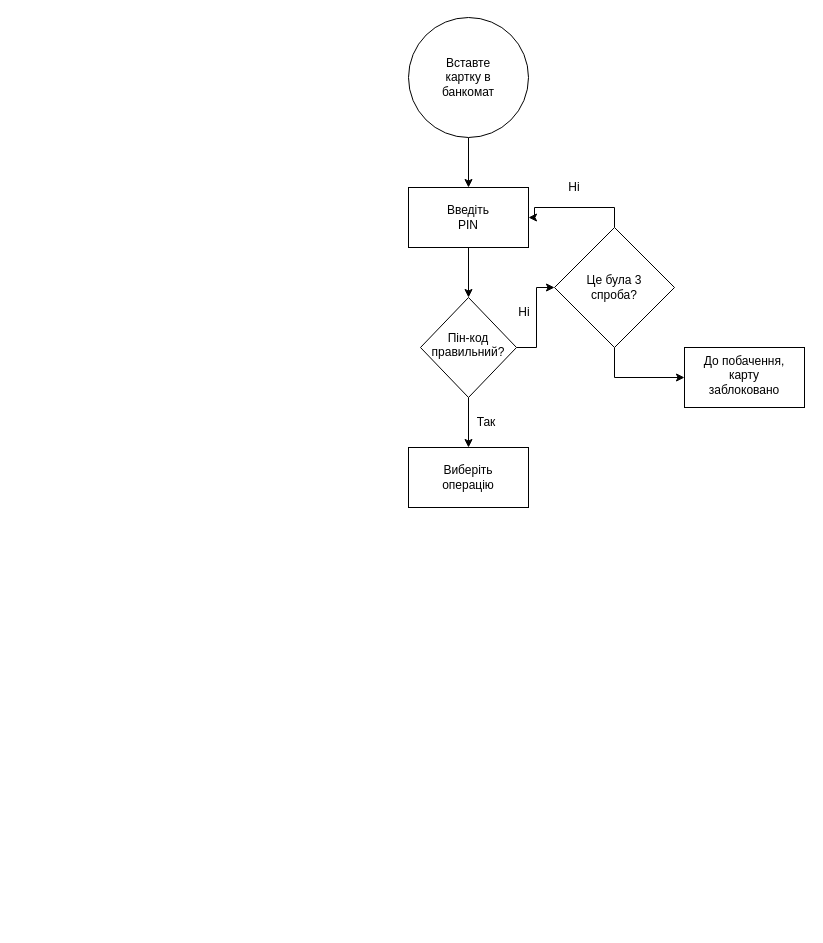
axneo27/drawio_diagrams keeps this draw.io diagram as ATMalgorithm/банкомат.drawio. Above is the earlier version. Source tidied: cells renumbered, new cells numbered last; positions are measured from the earlier drawing's top-left corner, leaving out a move shared by most shapes. Both pictures are drawn from the tidied source at 100%, with x=0, y=0 at pixel (408, 17).
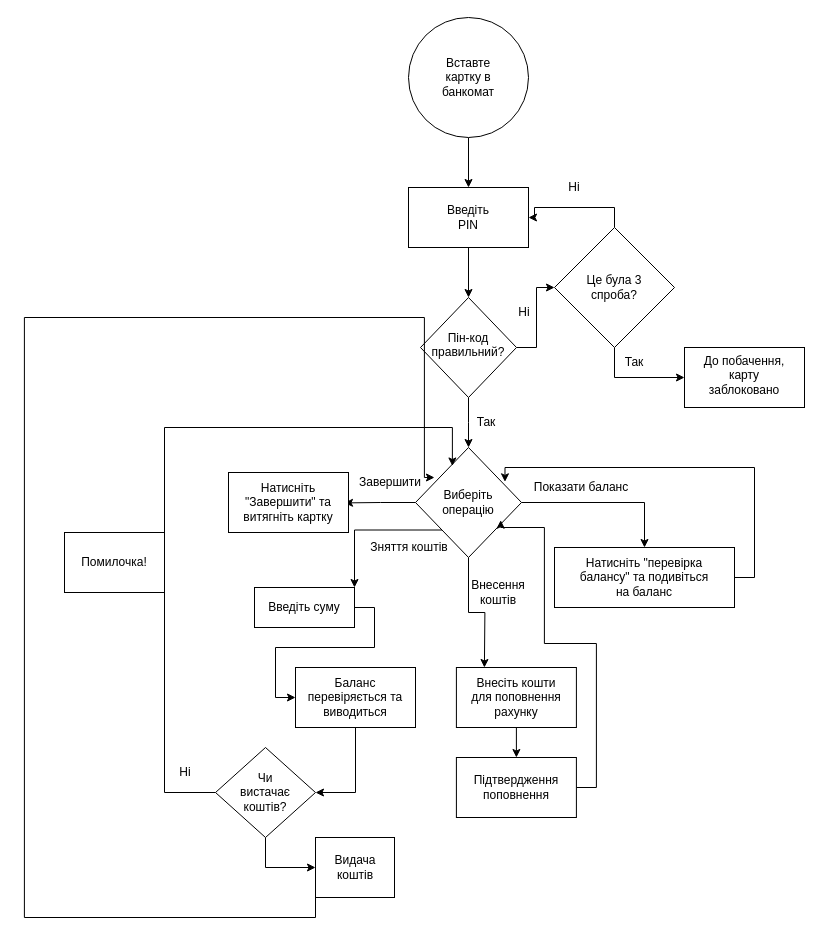
The same page after the edit.

The change refers to these unchanged cells:
```xml
<mxCell id="10" style="rhombus;whiteSpace=wrap;html=1;" parent="1" vertex="1">
  <mxGeometry x="12" y="280" width="96" height="100" as="geometry" />
</mxCell>
```

The edit, as a diff of the source:
```diff
@@
-    <mxCell id="9" style="edgeStyle=orthogonalEdgeStyle;rounded=0;jettySize=auto;html=1;exitX=0.5;exitY=1;exitDx=0;exitDy=0;entryX=0.5;entryY=0;entryDx=0;entryDy=0;" parent="1" edge="1" source="10" target="20">
-      <mxGeometry relative="1" as="geometry" />
+    <mxCell id="9" style="edgeStyle=orthogonalEdgeStyle;rounded=0;jettySize=auto;html=1;exitX=0.5;exitY=1;exitDx=0;exitDy=0;entryX=0.5;entryY=0;entryDx=0;entryDy=0;" parent="1" edge="1" source="10">
+      <mxGeometry relative="1" as="geometry">
+        <mxPoint x="60" y="430" as="targetPoint" />
+      </mxGeometry>
     </mxCell>
@@
-    <mxCell id="20" style="rounded=0;whiteSpace=wrap;html=1;" parent="1" vertex="1">
-      <mxGeometry y="430" width="120" height="60" as="geometry" />
-    </mxCell>
+    <mxCell id="22" value="Так" style="text;html=1;align=center;verticalAlign=middle;whiteSpace=wrap;rounded=0;" parent="1" vertex="1">
+      <mxGeometry x="48" y="390" width="60" height="30" as="geometry" />
+    </mxCell>
+    <mxCell id="23" style="edgeStyle=orthogonalEdgeStyle;rounded=0;jettySize=auto;html=1;exitX=0;exitY=0.5;exitDx=0;exitDy=0;" parent="1" edge="1" source="27">
+      <mxGeometry relative="1" as="geometry">
+        <mxPoint x="-64" y="485.4" as="targetPoint" />
+      </mxGeometry>
+    </mxCell>
+    <mxCell id="24" style="edgeStyle=orthogonalEdgeStyle;rounded=0;jettySize=auto;html=1;exitX=0;exitY=1;exitDx=0;exitDy=0;entryX=1;entryY=0;entryDx=0;entryDy=0;" parent="1" edge="1" source="27" target="33">
+      <mxGeometry relative="1" as="geometry" />
+    </mxCell>
+    <mxCell id="25" style="edgeStyle=orthogonalEdgeStyle;rounded=0;jettySize=auto;html=1;exitX=1;exitY=0.5;exitDx=0;exitDy=0;entryX=0.5;entryY=0;entryDx=0;entryDy=0;" parent="1" edge="1" source="27" target="36">
+      <mxGeometry relative="1" as="geometry" />
+    </mxCell>
+    <mxCell id="26" style="edgeStyle=orthogonalEdgeStyle;rounded=0;jettySize=auto;html=1;exitX=0.5;exitY=1;exitDx=0;exitDy=0;" parent="1" edge="1" source="27">
+      <mxGeometry relative="1" as="geometry">
+        <mxPoint x="75.9" y="650" as="targetPoint" />
+      </mxGeometry>
+    </mxCell>
+    <mxCell id="27" style="rhombus;whiteSpace=wrap;html=1;" parent="1" vertex="1">
+      <mxGeometry x="7" y="430" width="106" height="110" as="geometry" />
+    </mxCell>
     <mxCell id="21" value="Виберіть операцію" style="text;html=1;align=center;verticalAlign=middle;whiteSpace=wrap;rounded=0;" parent="1" vertex="1">
-      <mxGeometry x="30" y="445" width="60" height="30" as="geometry" />
+      <mxGeometry x="30" y="470" width="60" height="30" as="geometry" />
     </mxCell>
-    <mxCell id="22" value="Так" style="text;html=1;align=center;verticalAlign=middle;whiteSpace=wrap;rounded=0;" parent="1" vertex="1">
-      <mxGeometry x="48" y="390" width="60" height="30" as="geometry" />
-    </mxCell>
+    <mxCell id="28" value="Завершити" style="text;html=1;align=center;verticalAlign=middle;whiteSpace=wrap;rounded=0;" parent="1" vertex="1">
+      <mxGeometry x="-48" y="450" width="60" height="30" as="geometry" />
+    </mxCell>
+    <mxCell id="29" style="rounded=0;whiteSpace=wrap;html=1;" parent="1" vertex="1">
+      <mxGeometry x="-180" y="455" width="120" height="60" as="geometry" />
+    </mxCell>
+    <mxCell id="30" value="Натисніть &quot;Завершити&quot; та витягніть картку" style="text;html=1;align=center;verticalAlign=middle;whiteSpace=wrap;rounded=0;" parent="1" vertex="1">
+      <mxGeometry x="-173" y="470" width="106" height="30" as="geometry" />
+    </mxCell>
+    <mxCell id="31" value="Так" style="text;html=1;align=center;verticalAlign=middle;whiteSpace=wrap;rounded=0;" parent="1" vertex="1">
+      <mxGeometry x="196" y="330" width="60" height="30" as="geometry" />
+    </mxCell>
+    <mxCell id="32" style="edgeStyle=orthogonalEdgeStyle;rounded=0;jettySize=auto;html=1;exitX=1;exitY=0.5;exitDx=0;exitDy=0;entryX=0;entryY=0.5;entryDx=0;entryDy=0;" parent="1" edge="1" source="33" target="40">
+      <mxGeometry relative="1" as="geometry" />
+    </mxCell>
+    <mxCell id="33" style="rounded=0;whiteSpace=wrap;html=1;" parent="1" vertex="1">
+      <mxGeometry x="-154" y="570" width="100" height="40" as="geometry" />
+    </mxCell>
+    <mxCell id="34" value="Зняття коштів" style="text;html=1;align=center;verticalAlign=middle;whiteSpace=wrap;rounded=0;" parent="1" vertex="1">
+      <mxGeometry x="-44" y="515" width="90" height="30" as="geometry" />
+    </mxCell>
+    <mxCell id="35" value="Введіть суму" style="text;html=1;align=center;verticalAlign=middle;whiteSpace=wrap;rounded=0;" parent="1" vertex="1">
+      <mxGeometry x="-144" y="575" width="80" height="30" as="geometry" />
+    </mxCell>
+    <mxCell id="36" style="rounded=0;whiteSpace=wrap;html=1;" parent="1" vertex="1">
+      <mxGeometry x="146" y="530" width="180" height="60" as="geometry" />
+    </mxCell>
+    <mxCell id="37" value="Натисніть &quot;перевірка балансу&quot; та подивіться на баланс" style="text;html=1;align=center;verticalAlign=middle;whiteSpace=wrap;rounded=0;" parent="1" vertex="1">
+      <mxGeometry x="166" y="545" width="140" height="30" as="geometry" />
+    </mxCell>
+    <mxCell id="38" value="Показати баланс" style="text;html=1;align=center;verticalAlign=middle;whiteSpace=wrap;rounded=0;" parent="1" vertex="1">
+      <mxGeometry x="108" y="455" width="130" height="30" as="geometry" />
+    </mxCell>
+    <mxCell id="39" style="edgeStyle=orthogonalEdgeStyle;rounded=0;jettySize=auto;html=1;exitX=0.5;exitY=1;exitDx=0;exitDy=0;entryX=1;entryY=0.5;entryDx=0;entryDy=0;" parent="1" edge="1" source="40" target="44">
+      <mxGeometry relative="1" as="geometry" />
+    </mxCell>
+    <mxCell id="40" style="rounded=0;whiteSpace=wrap;html=1;" parent="1" vertex="1">
+      <mxGeometry x="-113" y="650" width="120" height="60" as="geometry" />
+    </mxCell>
+    <mxCell id="41" value="Баланс перевіряється та виводиться" style="text;html=1;align=center;verticalAlign=middle;whiteSpace=wrap;rounded=0;" parent="1" vertex="1">
+      <mxGeometry x="-103" y="665" width="100" height="30" as="geometry" />
+    </mxCell>
+    <mxCell id="42" style="edgeStyle=orthogonalEdgeStyle;rounded=0;jettySize=auto;html=1;exitX=0;exitY=0.5;exitDx=0;exitDy=0;entryX=0.348;entryY=0.168;entryDx=0;entryDy=0;entryPerimeter=0;" parent="1" edge="1" source="44" target="27">
+      <mxGeometry relative="1" as="geometry">
+        <Array as="points">
+          <mxPoint x="-244" y="775" />
+          <mxPoint x="-244" y="410" />
+          <mxPoint x="44" y="410" />
+        </Array>
+      </mxGeometry>
+    </mxCell>
+    <mxCell id="43" style="edgeStyle=orthogonalEdgeStyle;rounded=0;jettySize=auto;html=1;exitX=0.5;exitY=1;exitDx=0;exitDy=0;entryX=0;entryY=0.5;entryDx=0;entryDy=0;" parent="1" edge="1" source="44" target="51">
+      <mxGeometry relative="1" as="geometry" />
+    </mxCell>
+    <mxCell id="44" style="rhombus;whiteSpace=wrap;html=1;" parent="1" vertex="1">
+      <mxGeometry x="-193" y="730" width="100" height="90" as="geometry" />
+    </mxCell>
+    <mxCell id="45" value="Чи вистачає коштів?" style="text;html=1;align=center;verticalAlign=middle;whiteSpace=wrap;rounded=0;" parent="1" vertex="1">
+      <mxGeometry x="-173" y="760" width="60" height="30" as="geometry" />
+    </mxCell>
+    <mxCell id="46" value="Ні" style="text;html=1;align=center;verticalAlign=middle;whiteSpace=wrap;rounded=0;" parent="1" vertex="1">
+      <mxGeometry x="-253" y="740" width="60" height="30" as="geometry" />
+    </mxCell>
+    <mxCell id="47" style="edgeStyle=orthogonalEdgeStyle;rounded=0;jettySize=auto;html=1;exitX=1;exitY=0.5;exitDx=0;exitDy=0;entryX=0.844;entryY=0.312;entryDx=0;entryDy=0;entryPerimeter=0;" parent="1" edge="1" source="36" target="27">
+      <mxGeometry relative="1" as="geometry">
+        <Array as="points">
+          <mxPoint x="346" y="560" />
+          <mxPoint x="346" y="450" />
+          <mxPoint x="96" y="450" />
+        </Array>
+      </mxGeometry>
+    </mxCell>
+    <mxCell id="48" style="rounded=0;whiteSpace=wrap;html=1;" parent="1" vertex="1">
+      <mxGeometry x="-344" y="515" width="100" height="60" as="geometry" />
+    </mxCell>
+    <mxCell id="49" value="Помилочка!" style="text;html=1;align=center;verticalAlign=middle;whiteSpace=wrap;rounded=0;" parent="1" vertex="1">
+      <mxGeometry x="-324" y="530" width="60" height="30" as="geometry" />
+    </mxCell>
+    <mxCell id="50" style="edgeStyle=orthogonalEdgeStyle;rounded=0;jettySize=auto;html=1;exitX=0;exitY=1;exitDx=0;exitDy=0;entryX=0.179;entryY=0.273;entryDx=0;entryDy=0;entryPerimeter=0;" parent="1" edge="1" source="51" target="27">
+      <mxGeometry relative="1" as="geometry">
+        <Array as="points">
+          <mxPoint x="-93.1" y="900" />
+          <mxPoint x="-384.1" y="900" />
+          <mxPoint x="-384.1" y="300" />
+          <mxPoint x="15.9" y="300" />
+          <mxPoint x="15.9" y="460" />
+        </Array>
+      </mxGeometry>
+    </mxCell>
+    <mxCell id="51" style="rounded=0;whiteSpace=wrap;html=1;" parent="1" vertex="1">
+      <mxGeometry x="-93" y="820" width="79" height="60" as="geometry" />
+    </mxCell>
+    <mxCell id="52" value="Видача коштів" style="text;html=1;align=center;verticalAlign=middle;whiteSpace=wrap;rounded=0;" parent="1" vertex="1">
+      <mxGeometry x="-83" y="835" width="60" height="30" as="geometry" />
+    </mxCell>
+    <mxCell id="53" value="Внесення коштів" style="text;html=1;align=center;verticalAlign=middle;whiteSpace=wrap;rounded=0;" parent="1" vertex="1">
+      <mxGeometry x="60" y="560" width="60" height="30" as="geometry" />
+    </mxCell>
+    <mxCell id="54" style="edgeStyle=orthogonalEdgeStyle;rounded=0;jettySize=auto;html=1;exitX=0.5;exitY=1;exitDx=0;exitDy=0;entryX=0.5;entryY=0;entryDx=0;entryDy=0;" parent="1" edge="1" source="55" target="58">
+      <mxGeometry relative="1" as="geometry" />
+    </mxCell>
+    <mxCell id="55" style="rounded=0;whiteSpace=wrap;html=1;" parent="1" vertex="1">
+      <mxGeometry x="47.9" y="650" width="120" height="60" as="geometry" />
+    </mxCell>
+    <mxCell id="56" value="Внесіть кошти для поповнення рахунку" style="text;html=1;align=center;verticalAlign=middle;whiteSpace=wrap;rounded=0;" parent="1" vertex="1">
+      <mxGeometry x="57.9" y="665" width="100" height="30" as="geometry" />
+    </mxCell>
+    <mxCell id="57" style="edgeStyle=orthogonalEdgeStyle;rounded=0;jettySize=auto;html=1;exitX=1;exitY=0.5;exitDx=0;exitDy=0;entryX=0.804;entryY=0.661;entryDx=0;entryDy=0;entryPerimeter=0;" parent="1" edge="1" source="58" target="27">
+      <mxGeometry relative="1" as="geometry">
+        <Array as="points">
+          <mxPoint x="187.9" y="770" />
+          <mxPoint x="187.9" y="626" />
+          <mxPoint x="135.9" y="626" />
+          <mxPoint x="135.9" y="510" />
+          <mxPoint x="91.9" y="510" />
+        </Array>
+      </mxGeometry>
+    </mxCell>
+    <mxCell id="58" style="rounded=0;whiteSpace=wrap;html=1;" parent="1" vertex="1">
+      <mxGeometry x="47.9" y="740" width="120" height="60" as="geometry" />
+    </mxCell>
+    <mxCell id="59" value="Підтвердження поповнення" style="text;html=1;align=center;verticalAlign=middle;whiteSpace=wrap;rounded=0;" parent="1" vertex="1">
+      <mxGeometry x="77.9" y="755" width="60" height="30" as="geometry" />
+    </mxCell>
```
